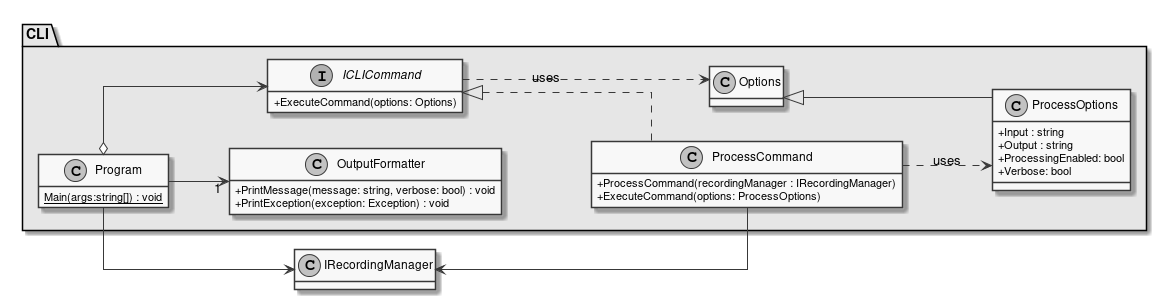
insightmind/MORR keeps this PlantUML diagram as documents/sd/resources/Packages/CLI.png. Above is the earlier version. Source of this version:
```plantuml
@startuml CLI
skinparam monochrome true
skinparam linetype ortho
skinparam classAttributeIconSize 0

left to right direction
hide empty fields
    package "CLI" #E6E6E6 {
        class Program {
            {static} Main(args:string[]) : void
        }

        class Options {

        }

        interface ICLICommand {
            + ExecuteCommand(options: Options)
        }

        class ProcessOptions {
            + Input : string
            + Output : string
            + ProcessingEnabled: bool
            + Verbose: bool
        }

        class OutputFormatter {
            + PrintMessage(message: string, verbose: bool) : void
            + PrintException(exception: Exception) : void
        }

        class ProcessCommand {
            + ProcessCommand(recordingManager : IRecordingManager)
            + ExecuteCommand(options: ProcessOptions)
        }
    }

    IRecordingManager <-- ProcessCommand
    Program --> IRecordingManager

    Program --> "1" OutputFormatter
    Program o--> ICLICommand
    ICLICommand ..> Options : uses
    ICLICommand <|.. ProcessCommand
    Options <|-- ProcessOptions
    ProcessCommand ..> ProcessOptions: uses
@enduml
```
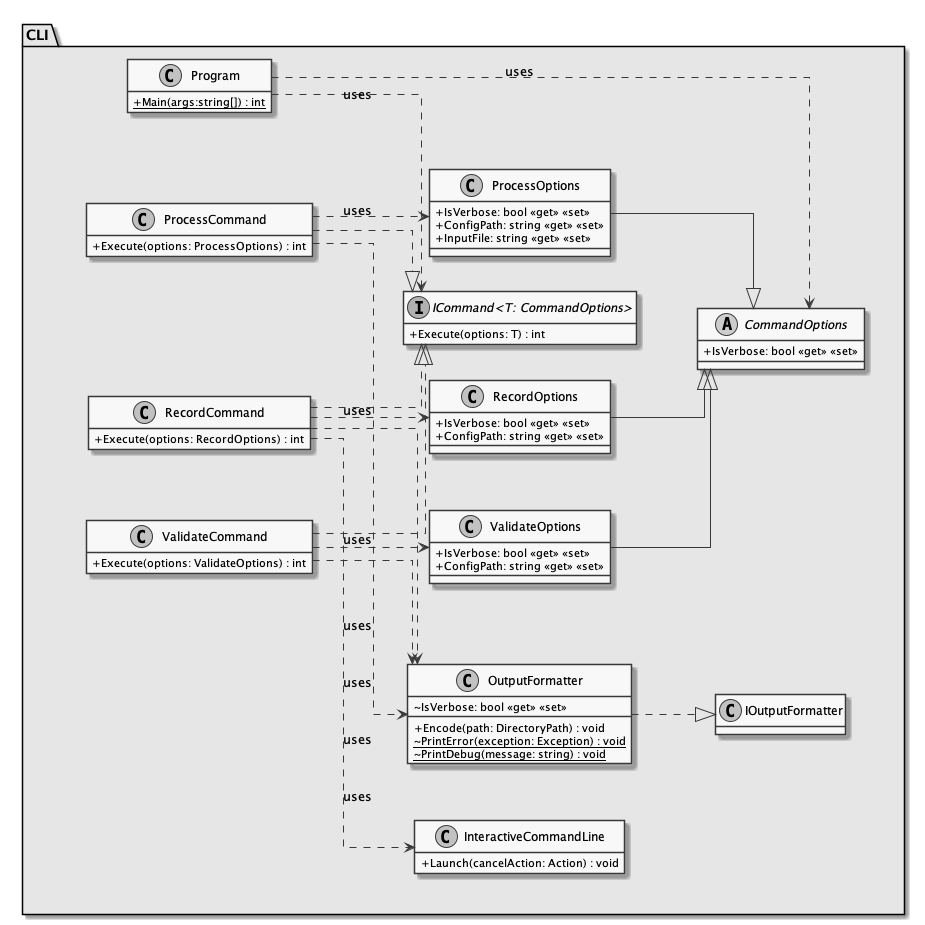
Above is the later version.

Change to the diagram source:
```diff
@@ -7,42 +7,94 @@
 hide empty fields
     package "CLI" #E6E6E6 {
         class Program {
-            {static} Main(args:string[]) : void
+            + {static} Main(args:string[]) : int
         }
 
-        class Options {
+        together {
+            interface "ICommand<T: CommandOptions>" {
+                + Execute(options: T) : int
+            }
 
+            abstract class CommandOptions {
+                + IsVerbose: bool <<get>> <<set>>
+            }
+
+            together {
+                class ProcessCommand {
+                    + Execute(options: ProcessOptions) : int
+                }
+
+                class ProcessOptions {
+                    + IsVerbose: bool <<get>> <<set>>
+                    + ConfigPath: string <<get>> <<set>>
+                    + InputFile: string <<get>> <<set>>
+                }
+
+                ProcessCommand ..> ProcessOptions : "uses"
+            }
+
+            together {
+                class RecordCommand {
+                    + Execute(options: RecordOptions) : int
+                }
+
+                class RecordOptions {
+                    + IsVerbose: bool <<get>> <<set>>
+                    + ConfigPath: string <<get>> <<set>>
+                }
+
+                RecordCommand ..> RecordOptions : "uses"
+            }
+
+            together {
+                class ValidateCommand {
+                    + Execute(options: ValidateOptions) : int
+                }
+
+                class ValidateOptions {
+                    + IsVerbose: bool <<get>> <<set>>
+                    + ConfigPath: string <<get>> <<set>>
+                }
+
+                ValidateCommand ..> ValidateOptions : "uses"
+            }
+
+            RecordCommand ..|> "ICommand<T: CommandOptions>"
+            ValidateCommand ..|> "ICommand<T: CommandOptions>"
+            ProcessCommand ..|> "ICommand<T: CommandOptions>"
+
+            RecordOptions --|> CommandOptions
+            ValidateOptions --|> CommandOptions
+            ProcessOptions --|> CommandOptions
         }
 
-        interface ICLICommand {
-            + ExecuteCommand(options: Options)
+        together {
+            class InteractiveCommandLine {
+                + Launch(cancelAction: Action) : void
+            }
         }
 
-        class ProcessOptions {
-            + Input : string
-            + Output : string
-            + ProcessingEnabled: bool
-            + Verbose: bool
+        together {
+            class IOutputFormatter {
+
+            }
+
+            class OutputFormatter {
+                ~ IsVerbose: bool <<get>> <<set>>
+                + Encode(path: DirectoryPath) : void
+                ~ {static} PrintError(exception: Exception) : void
+                ~ {static} PrintDebug(message: string) : void
+            }
+
+            OutputFormatter ..|> IOutputFormatter
         }
 
-        class OutputFormatter {
-            + PrintMessage(message: string, verbose: bool) : void
-            + PrintException(exception: Exception) : void
-        }
+        ProcessCommand ..> OutputFormatter : "uses"
+        ValidateCommand ..> OutputFormatter : "uses"
+        RecordCommand ..> OutputFormatter : "uses"
+        RecordCommand ..> InteractiveCommandLine :"uses"
 
-        class ProcessCommand {
-            + ProcessCommand(recordingManager : IRecordingManager)
-            + ExecuteCommand(options: ProcessOptions)
-        }
+        Program ..> "ICommand<T: CommandOptions>": "uses"
+        Program ..> CommandOptions : "uses"
     }
-
-    IRecordingManager <-- ProcessCommand
-    Program --> IRecordingManager
-
-    Program --> "1" OutputFormatter
-    Program o--> ICLICommand
-    ICLICommand ..> Options : uses
-    ICLICommand <|.. ProcessCommand
-    Options <|-- ProcessOptions
-    ProcessCommand ..> ProcessOptions: uses
 @enduml
```
